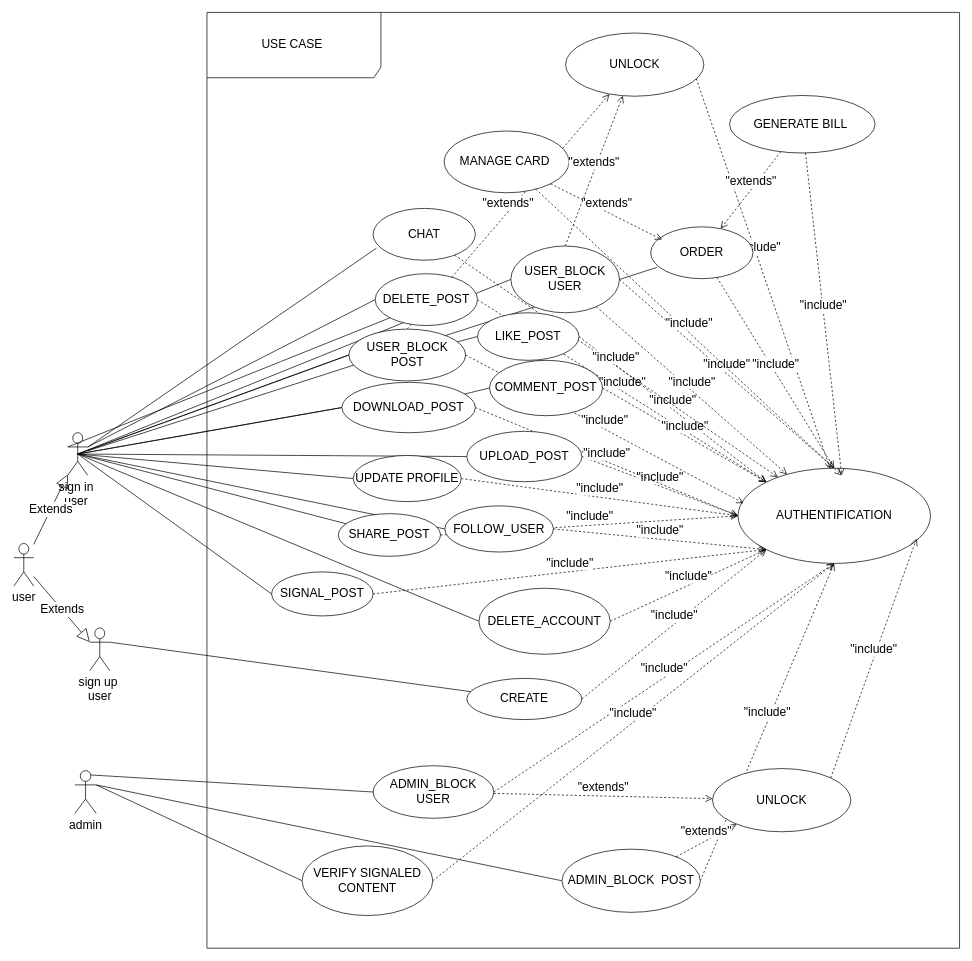
Bryann-coder/FlashShop keeps this draw.io diagram as page "use case" (4 of 5) of TIkShopDataBase.drawio. Above is the earlier version. Source tidied: cells renumbered, new cells numbered last; positions are measured from the earlier drawing's top-left corner, leaving out a move shared by most shapes. Both pictures are drawn from the tidied source at 71%, with x=0, y=0 at pixel (13, 12).
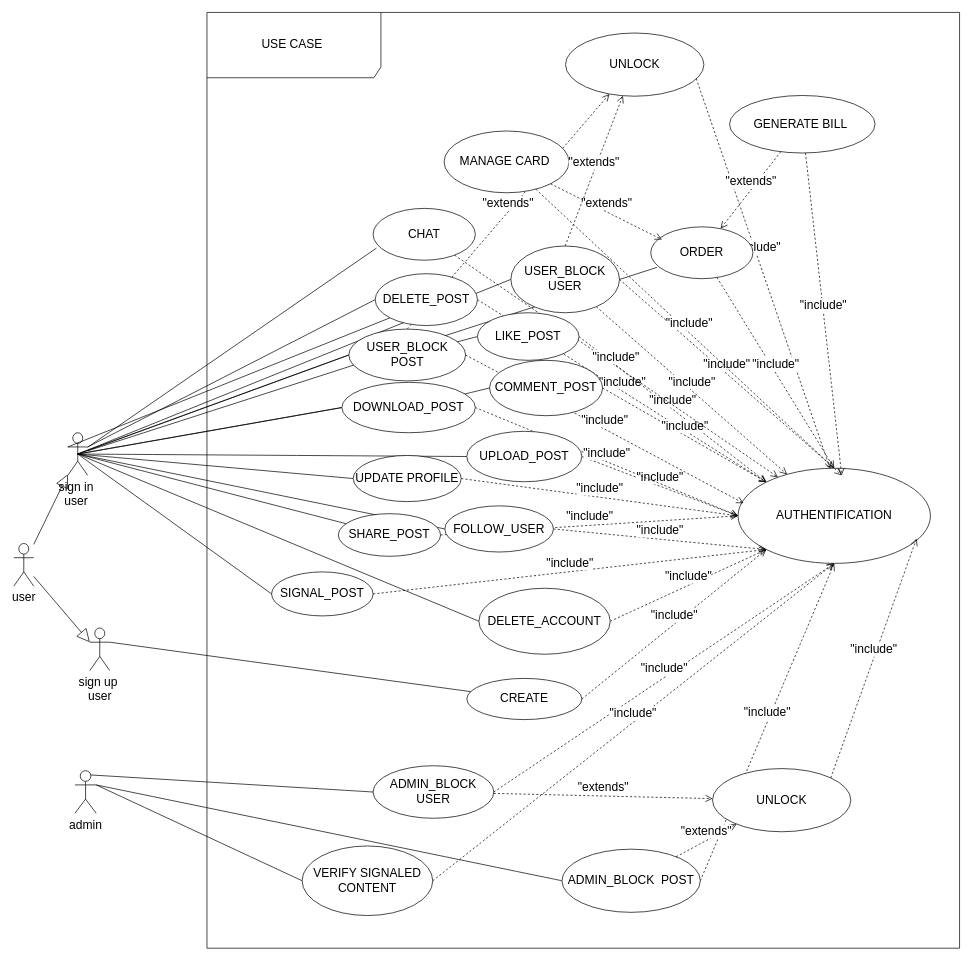
After the change.

Commit message:
Mettre à jour TIkShopDataBase.drawio

The change refers to these unchanged cells:
```xml
<mxCell id="6" value="user" style="shape=umlActor;verticalLabelPosition=bottom;verticalAlign=top;html=1;outlineConnect=0;fontSize=17;" parent="1" vertex="1">
  <mxGeometry y="748" width="28" height="60" as="geometry" />
</mxCell>
<mxCell id="17" value="sign in&amp;nbsp;&lt;div style=&quot;font-size: 17px;&quot;&gt;user&amp;nbsp;&lt;/div&gt;" style="shape=umlActor;verticalLabelPosition=bottom;verticalAlign=top;html=1;outlineConnect=0;fontSize=17;" parent="1" vertex="1">
  <mxGeometry x="76" y="592" width="28" height="60" as="geometry" />
</mxCell>
<mxCell id="18" value="sign up&amp;nbsp;&lt;div style=&quot;font-size: 17px;&quot;&gt;user&lt;/div&gt;" style="shape=umlActor;verticalLabelPosition=bottom;verticalAlign=top;html=1;outlineConnect=0;fontSize=17;" parent="1" vertex="1">
  <mxGeometry x="107" y="867" width="28" height="60" as="geometry" />
</mxCell>
```

Diff of the diagram source:
```diff
@@
-    <mxCell id="19" value="Extends" style="endArrow=block;endSize=16;endFill=0;html=1;rounded=0;fontSize=17;" parent="1" edge="1" source="6" target="17">
+    <mxCell id="19" style="endArrow=block;endSize=16;endFill=0;html=1;rounded=0;fontSize=17;" parent="1" edge="1" source="6" target="17">
       <mxGeometry relative="1" as="geometry" />
     </mxCell>
-    <mxCell id="20" value="Extends" style="endArrow=block;endSize=16;endFill=0;html=1;rounded=0;entryX=0;entryY=0.3333333333333333;entryDx=0;entryDy=0;entryPerimeter=0;fontSize=17;" parent="1" edge="1" source="6" target="18">
+    <mxCell id="20" style="endArrow=block;endSize=16;endFill=0;html=1;rounded=0;entryX=0;entryY=0.3333333333333333;entryDx=0;entryDy=0;entryPerimeter=0;fontSize=17;" parent="1" edge="1" source="6" target="18">
       <mxGeometry relative="1" as="geometry" />
     </mxCell>
```
